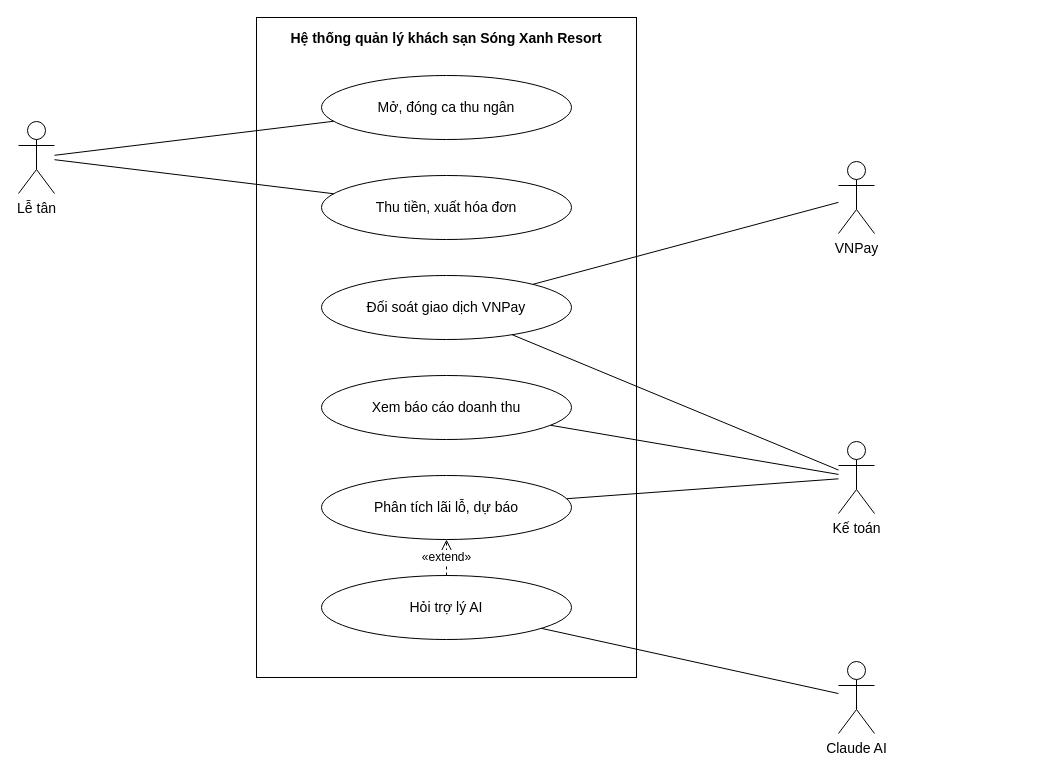
Above: docs/use-case/ucn4-tai-chinh-ke-toan.drawio in ngynquchn2511/beach-hotel (draw.io), before the change. Source tidied: cells renumbered, new cells numbered last; positions are measured from the earlier drawing's top-left corner, leaving out a move shared by most shapes. Both pictures are drawn from the tidied source at 100%, with x=0, y=0 at pixel (18, 17).
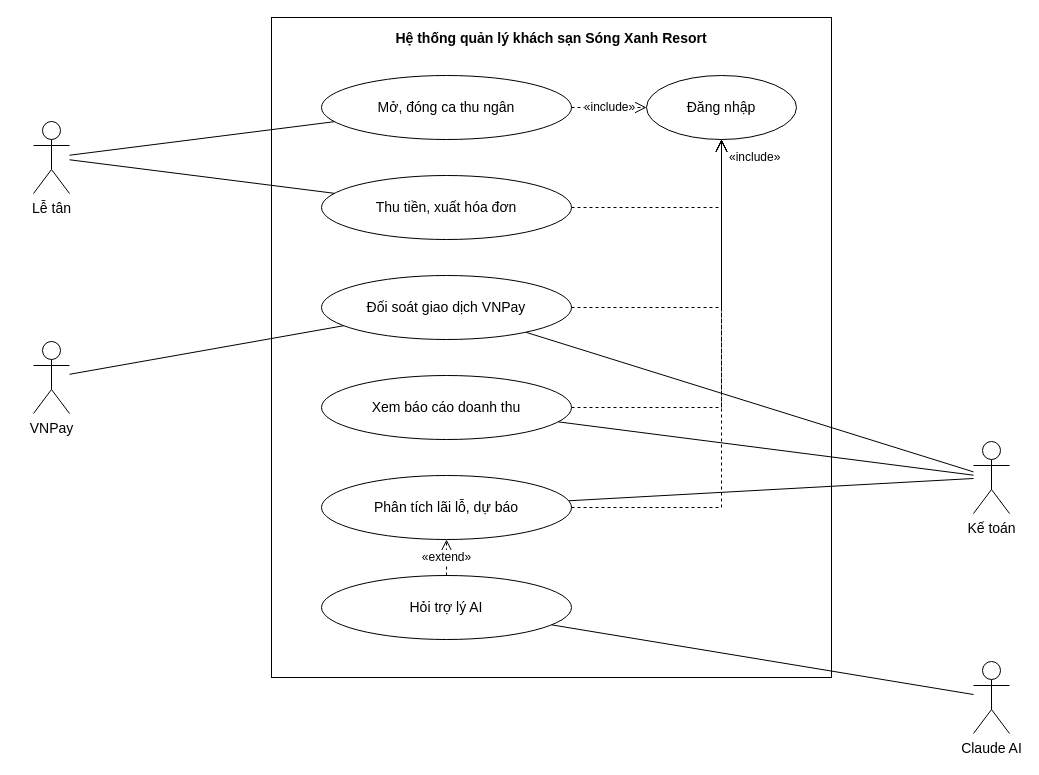
Above is the later version.

The change refers to these unchanged cells:
```xml
<mxCell id="3" value="Mở, đóng ca thu ngân" style="fontFamily=Arial;fontColor=#000000;ellipse;whiteSpace=wrap;html=1;fillColor=#FFFFFF;strokeColor=#000000;fontSize=14;" parent="1" vertex="1">
  <mxGeometry x="303" y="58" width="250" height="64" as="geometry" />
</mxCell>
<mxCell id="4" value="Thu tiền, xuất hóa đơn" style="fontFamily=Arial;fontColor=#000000;ellipse;whiteSpace=wrap;html=1;fillColor=#FFFFFF;strokeColor=#000000;fontSize=14;" parent="1" vertex="1">
  <mxGeometry x="303" y="158" width="250" height="64" as="geometry" />
</mxCell>
<mxCell id="5" value="Đối soát giao dịch VNPay" style="fontFamily=Arial;fontColor=#000000;ellipse;whiteSpace=wrap;html=1;fillColor=#FFFFFF;strokeColor=#000000;fontSize=14;" parent="1" vertex="1">
  <mxGeometry x="303" y="258" width="250" height="64" as="geometry" />
</mxCell>
<mxCell id="6" value="Xem báo cáo doanh thu" style="fontFamily=Arial;fontColor=#000000;ellipse;whiteSpace=wrap;html=1;fillColor=#FFFFFF;strokeColor=#000000;fontSize=14;" parent="1" vertex="1">
  <mxGeometry x="303" y="358" width="250" height="64" as="geometry" />
</mxCell>
<mxCell id="7" value="Phân tích lãi lỗ, dự báo" style="fontFamily=Arial;fontColor=#000000;ellipse;whiteSpace=wrap;html=1;fillColor=#FFFFFF;strokeColor=#000000;fontSize=14;" parent="1" vertex="1">
  <mxGeometry x="303" y="458" width="250" height="64" as="geometry" />
</mxCell>
<mxCell id="8" value="Hỏi trợ lý AI" style="fontFamily=Arial;fontColor=#000000;ellipse;whiteSpace=wrap;html=1;fillColor=#FFFFFF;strokeColor=#000000;fontSize=14;" parent="1" vertex="1">
  <mxGeometry x="303" y="558" width="250" height="64" as="geometry" />
</mxCell>
```

What changed in the source:
```diff
@@
     <mxCell id="2" value="Hệ thống quản lý khách sạn Sóng Xanh Resort" style="fontFamily=Arial;fontColor=#000000;rounded=0;whiteSpace=wrap;html=1;verticalAlign=top;fontStyle=1;fontSize=14;fillColor=none;strokeColor=#000000;spacingTop=6;" parent="1" vertex="1">
-      <mxGeometry x="238" width="380" height="660" as="geometry" />
+      <mxGeometry x="253" width="560" height="660" as="geometry" />
     </mxCell>
@@
-    <mxCell id="9" value="Lễ tân" style="fontFamily=Arial;fontColor=#000000;shape=umlActor;verticalLabelPosition=bottom;verticalAlign=top;html=1;outlineConnect=0;fillColor=#FFFFFF;strokeColor=#000000;fontSize=14;" parent="1" vertex="1">
-      <mxGeometry y="104" width="36" height="72" as="geometry" />
+    <mxCell id="9" value="Đăng nhập" style="fontFamily=Arial;fontColor=#000000;ellipse;whiteSpace=wrap;html=1;fillColor=#FFFFFF;strokeColor=#000000;fontSize=14;" parent="1" vertex="1">
+      <mxGeometry x="628" y="58" width="150" height="64" as="geometry" />
     </mxCell>
+    <mxCell id="21" value="«include»" style="fontFamily=Arial;fontColor=#000000;endArrow=open;endSize=10;dashed=1;html=1;strokeColor=#000000;rounded=0;fontSize=12;labelBackgroundColor=#FFFFFF;exitX=1;exitY=0.5;exitDx=0;exitDy=0;exitPerimeter=0;entryX=0;entryY=0.5;entryDx=0;entryDy=0;entryPerimeter=0;" parent="1" edge="1" source="3" target="9">
+      <mxGeometry relative="1" as="geometry" />
+    </mxCell>
+    <mxCell id="22" style="fontFamily=Arial;fontColor=#000000;endArrow=open;endSize=10;dashed=1;html=1;strokeColor=#000000;rounded=0;fontSize=12;labelBackgroundColor=#FFFFFF;exitX=1;exitY=0.5;exitDx=0;exitDy=0;exitPerimeter=0;entryX=0.5;entryY=1;entryDx=0;entryDy=0;entryPerimeter=0;" parent="1" edge="1" source="4" target="9">
+      <mxGeometry relative="1" as="geometry">
+        <Array as="points">
+          <mxPoint x="703" y="190" />
+        </Array>
+      </mxGeometry>
+    </mxCell>
+    <mxCell id="23" style="fontFamily=Arial;fontColor=#000000;endArrow=open;endSize=10;dashed=1;html=1;strokeColor=#000000;rounded=0;fontSize=12;labelBackgroundColor=#FFFFFF;exitX=1;exitY=0.5;exitDx=0;exitDy=0;exitPerimeter=0;entryX=0.5;entryY=1;entryDx=0;entryDy=0;entryPerimeter=0;" parent="1" edge="1" source="5" target="9">
+      <mxGeometry relative="1" as="geometry">
+        <Array as="points">
+          <mxPoint x="703" y="290" />
+        </Array>
+      </mxGeometry>
+    </mxCell>
+    <mxCell id="13" style="fontFamily=Arial;fontColor=#000000;endArrow=open;endSize=10;dashed=1;html=1;strokeColor=#000000;rounded=0;fontSize=12;labelBackgroundColor=#FFFFFF;exitX=1;exitY=0.5;exitDx=0;exitDy=0;exitPerimeter=0;entryX=0.5;entryY=1;entryDx=0;entryDy=0;entryPerimeter=0;" parent="1" edge="1" source="6" target="9">
+      <mxGeometry relative="1" as="geometry">
+        <Array as="points">
+          <mxPoint x="703" y="390" />
+        </Array>
+      </mxGeometry>
+    </mxCell>
+    <mxCell id="14" style="fontFamily=Arial;fontColor=#000000;endArrow=open;endSize=10;dashed=1;html=1;strokeColor=#000000;rounded=0;fontSize=12;labelBackgroundColor=#FFFFFF;exitX=1;exitY=0.5;exitDx=0;exitDy=0;exitPerimeter=0;entryX=0.5;entryY=1;entryDx=0;entryDy=0;entryPerimeter=0;" parent="1" edge="1" source="7" target="9">
+      <mxGeometry relative="1" as="geometry">
+        <Array as="points">
+          <mxPoint x="703" y="490" />
+        </Array>
+      </mxGeometry>
+    </mxCell>
+    <mxCell id="24" value="«include»" style="fontFamily=Arial;fontColor=#000000;text;html=1;align=left;verticalAlign=middle;fontSize=12;strokeColor=none;fillColor=none;" parent="1" vertex="1">
+      <mxGeometry x="709" y="130" width="80" height="20" as="geometry" />
+    </mxCell>
+    <mxCell id="25" value="Lễ tân" style="fontFamily=Arial;fontColor=#000000;shape=umlActor;verticalLabelPosition=bottom;verticalAlign=top;html=1;outlineConnect=0;fillColor=#FFFFFF;strokeColor=#000000;fontSize=14;" parent="1" vertex="1">
+      <mxGeometry x="15" y="104" width="36" height="72" as="geometry" />
+    </mxCell>
     <mxCell id="10" value="VNPay" style="fontFamily=Arial;fontColor=#000000;shape=umlActor;verticalLabelPosition=bottom;verticalAlign=top;html=1;outlineConnect=0;fillColor=#FFFFFF;strokeColor=#000000;fontSize=14;" parent="1" vertex="1">
-      <mxGeometry x="820" y="144" width="36" height="72" as="geometry" />
+      <mxGeometry x="15" y="324" width="36" height="72" as="geometry" />
     </mxCell>
     <mxCell id="11" value="Kế toán" style="fontFamily=Arial;fontColor=#000000;shape=umlActor;verticalLabelPosition=bottom;verticalAlign=top;html=1;outlineConnect=0;fillColor=#FFFFFF;strokeColor=#000000;fontSize=14;" parent="1" vertex="1">
-      <mxGeometry x="820" y="424" width="36" height="72" as="geometry" />
+      <mxGeometry x="955" y="424" width="36" height="72" as="geometry" />
     </mxCell>
     <mxCell id="12" value="Claude AI" style="fontFamily=Arial;fontColor=#000000;shape=umlActor;verticalLabelPosition=bottom;verticalAlign=top;html=1;outlineConnect=0;fillColor=#FFFFFF;strokeColor=#000000;fontSize=14;" parent="1" vertex="1">
-      <mxGeometry x="820" y="644" width="36" height="72" as="geometry" />
+      <mxGeometry x="955" y="644" width="36" height="72" as="geometry" />
     </mxCell>
-    <mxCell id="13" style="fontFamily=Arial;fontColor=#000000;endArrow=none;html=1;strokeColor=#000000;rounded=0;" parent="1" edge="1" source="9" target="3">
-      <mxGeometry relative="1" as="geometry" />
-    </mxCell>
-    <mxCell id="14" style="fontFamily=Arial;fontColor=#000000;endArrow=none;html=1;strokeColor=#000000;rounded=0;" parent="1" edge="1" source="9" target="4">
-      <mxGeometry relative="1" as="geometry" />
-    </mxCell>
+    <mxCell id="20" style="fontFamily=Arial;fontColor=#000000;endArrow=none;html=1;strokeColor=#000000;rounded=0;" parent="1" edge="1" source="25" target="3">
+      <mxGeometry relative="1" as="geometry" />
+    </mxCell>
+    <mxCell id="26" style="fontFamily=Arial;fontColor=#000000;endArrow=none;html=1;strokeColor=#000000;rounded=0;" parent="1" edge="1" source="25" target="4">
+      <mxGeometry relative="1" as="geometry" />
+    </mxCell>
@@
-    <mxCell id="20" value="«extend»" style="fontFamily=Arial;fontColor=#000000;endArrow=open;endSize=10;dashed=1;html=1;strokeColor=#000000;rounded=0;fontSize=12;labelBackgroundColor=#FFFFFF;exitX=0.5;exitY=0;exitDx=0;exitDy=0;exitPerimeter=0;entryX=0.5;entryY=1;entryDx=0;entryDy=0;entryPerimeter=0;" parent="1" edge="1" source="8" target="7">
-      <mxGeometry relative="1" as="geometry" />
-    </mxCell>
+    <mxCell id="27" value="«extend»" style="fontFamily=Arial;fontColor=#000000;endArrow=open;endSize=10;dashed=1;html=1;strokeColor=#000000;rounded=0;fontSize=12;labelBackgroundColor=#FFFFFF;exitX=0.5;exitY=0;exitDx=0;exitDy=0;exitPerimeter=0;entryX=0.5;entryY=1;entryDx=0;entryDy=0;entryPerimeter=0;" parent="1" edge="1" source="8" target="7">
+      <mxGeometry relative="1" as="geometry" />
+    </mxCell>
```
